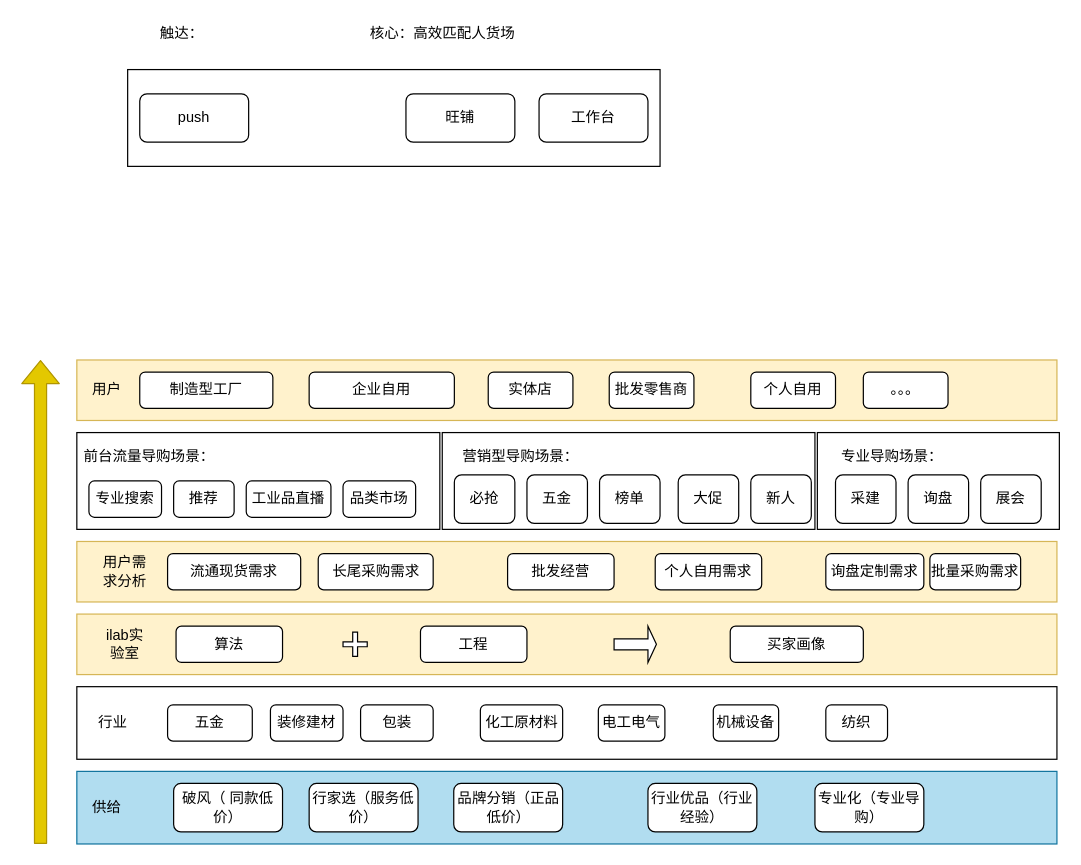
The draw.io diagram Untitled Diagram.drawio in klevantrain/wxproject, before the edit. Source tidied: cells renumbered, new cells numbered last; positions are measured from the earlier drawing's top-left corner, leaving out a move shared by most shapes. Both pictures are drawn from the tidied source at 121%, with x=0, y=0 at pixel (40, 21).
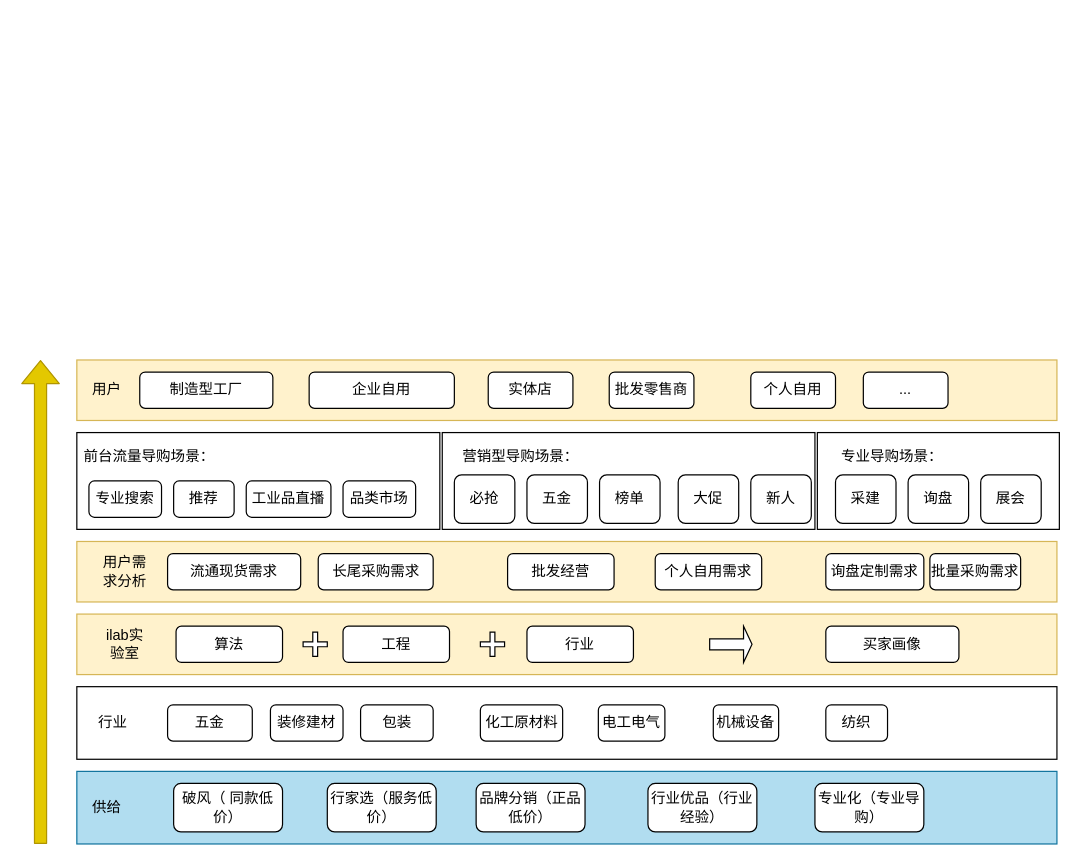
Above is the later version.

Diff of the diagram source:
```diff
@@
-    <mxCell id="9" style="rounded=0;whiteSpace=wrap;html=1;" parent="1" vertex="1">
-      <mxGeometry x="72" y="40" width="440" height="80" as="geometry" />
-    </mxCell>
-    <mxCell id="10" value="触达：" style="text;html=1;strokeColor=none;fillColor=none;align=center;verticalAlign=middle;whiteSpace=wrap;rounded=0;" parent="1" vertex="1">
-      <mxGeometry x="62" width="110" height="20" as="geometry" />
-    </mxCell>
-    <mxCell id="11" value="push" style="rounded=1;whiteSpace=wrap;html=1;" parent="1" vertex="1">
-      <mxGeometry x="82" y="60" width="90" height="40" as="geometry" />
-    </mxCell>
-    <mxCell id="12" value="旺铺" style="rounded=1;whiteSpace=wrap;html=1;" parent="1" vertex="1">
-      <mxGeometry x="302" y="60" width="90" height="40" as="geometry" />
-    </mxCell>
-    <mxCell id="13" value="工作台" style="rounded=1;whiteSpace=wrap;html=1;" parent="1" vertex="1">
-      <mxGeometry x="412" y="60" width="90" height="40" as="geometry" />
-    </mxCell>
@@
-    <mxCell id="21" value="核心：高效匹配人货场" style="text;html=1;align=center;verticalAlign=middle;strokeColor=none;" parent="1" vertex="1">
-      <mxGeometry x="262" width="140" height="20" as="geometry" />
-    </mxCell>
@@
     <mxCell id="29" value="品牌分销（正品低价）" style="rounded=1;whiteSpace=wrap;html=1;" parent="1" vertex="1">
-      <mxGeometry x="341.5" y="630" width="90" height="40" as="geometry" />
+      <mxGeometry x="360" y="630" width="90" height="40" as="geometry" />
     </mxCell>
     <mxCell id="30" value="行家选（服务低价）" style="rounded=1;whiteSpace=wrap;html=1;" parent="1" vertex="1">
-      <mxGeometry x="222" y="630" width="90" height="40" as="geometry" />
+      <mxGeometry x="237" y="630" width="90" height="40" as="geometry" />
     </mxCell>
@@
-    <mxCell id="56" value="。。。" style="rounded=1;whiteSpace=wrap;html=1;" parent="1" vertex="1">
+    <mxCell id="56" value="..." style="rounded=1;whiteSpace=wrap;html=1;" parent="1" vertex="1">
       <mxGeometry x="680" y="290" width="70" height="30" as="geometry" />
     </mxCell>
@@
     <mxCell id="59" value="买家画像" style="rounded=1;whiteSpace=wrap;html=1;" parent="1" vertex="1">
-      <mxGeometry x="570" y="500" width="110" height="30" as="geometry" />
+      <mxGeometry x="649" y="500" width="110" height="30" as="geometry" />
     </mxCell>
@@
     <mxCell id="63" value="工程" style="rounded=1;whiteSpace=wrap;html=1;" parent="1" vertex="1">
-      <mxGeometry x="314" y="500" width="88" height="30" as="geometry" />
+      <mxGeometry x="250" y="500" width="88" height="30" as="geometry" />
     </mxCell>
     <mxCell id="64" style="shape=cross;whiteSpace=wrap;html=1;" parent="1" vertex="1">
-      <mxGeometry x="250" y="505" width="20" height="20" as="geometry" />
+      <mxGeometry x="217" y="505" width="20" height="20" as="geometry" />
     </mxCell>
     <mxCell id="65" style="shape=singleArrow;whiteSpace=wrap;html=1;" parent="1" vertex="1">
-      <mxGeometry x="474" y="500" width="35" height="30" as="geometry" />
+      <mxGeometry x="553" y="500" width="35" height="30" as="geometry" />
     </mxCell>
+    <mxCell id="66" value="行业" style="rounded=1;whiteSpace=wrap;html=1;" parent="1" vertex="1">
+      <mxGeometry x="402" y="500" width="88" height="30" as="geometry" />
+    </mxCell>
+    <mxCell id="67" style="shape=cross;whiteSpace=wrap;html=1;" parent="1" vertex="1">
+      <mxGeometry x="363.5" y="505" width="20" height="20" as="geometry" />
+    </mxCell>
```
